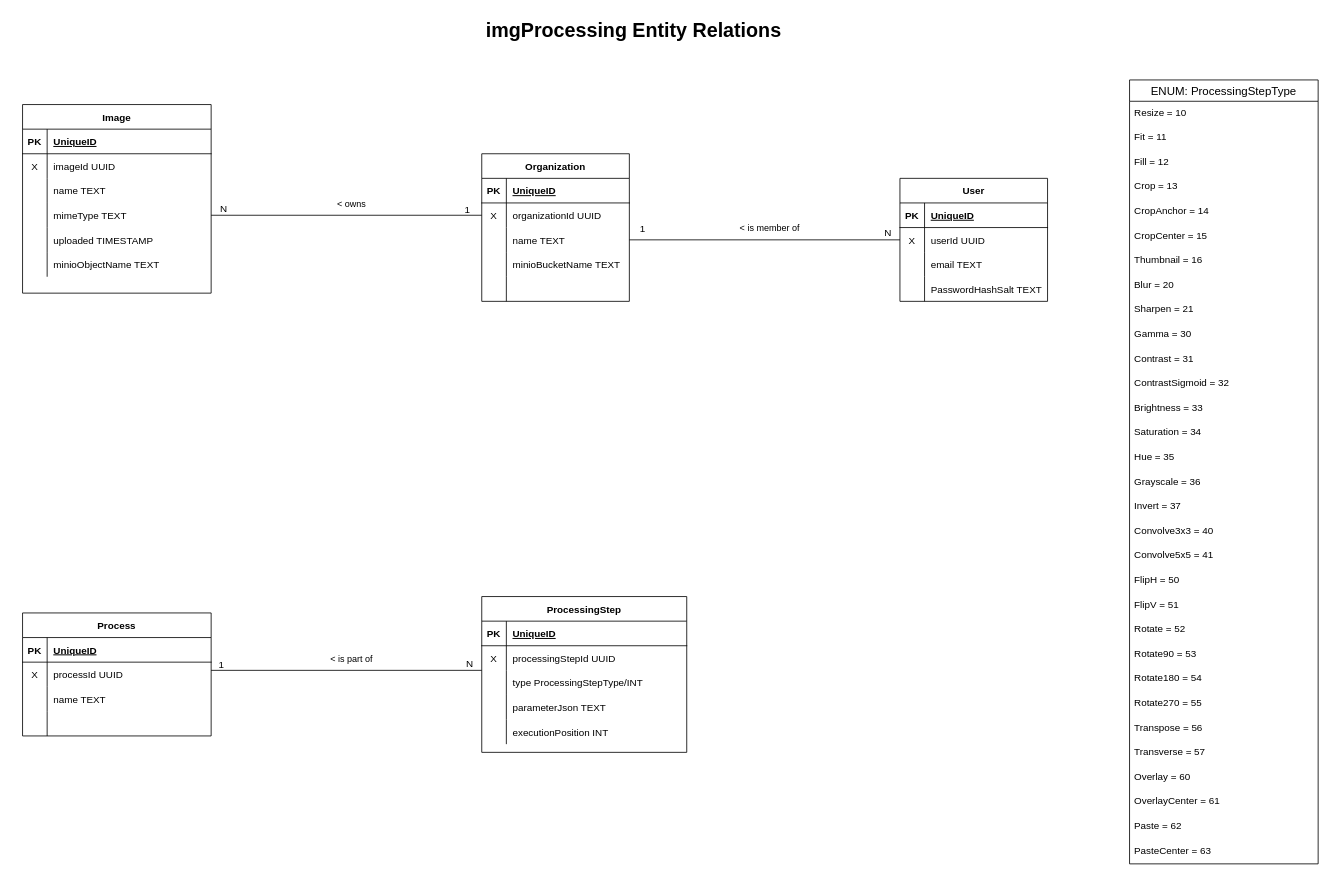
This is backend/doc/db_model.drawio from eikona-org/eikona, a draw.io file, before an edit. Source tidied: cells renumbered, new cells numbered last; positions are measured from the earlier drawing's top-left corner, leaving out a move shared by most shapes. Both pictures are drawn from the tidied source at 82%, with x=0, y=0 at pixel (14, 14).
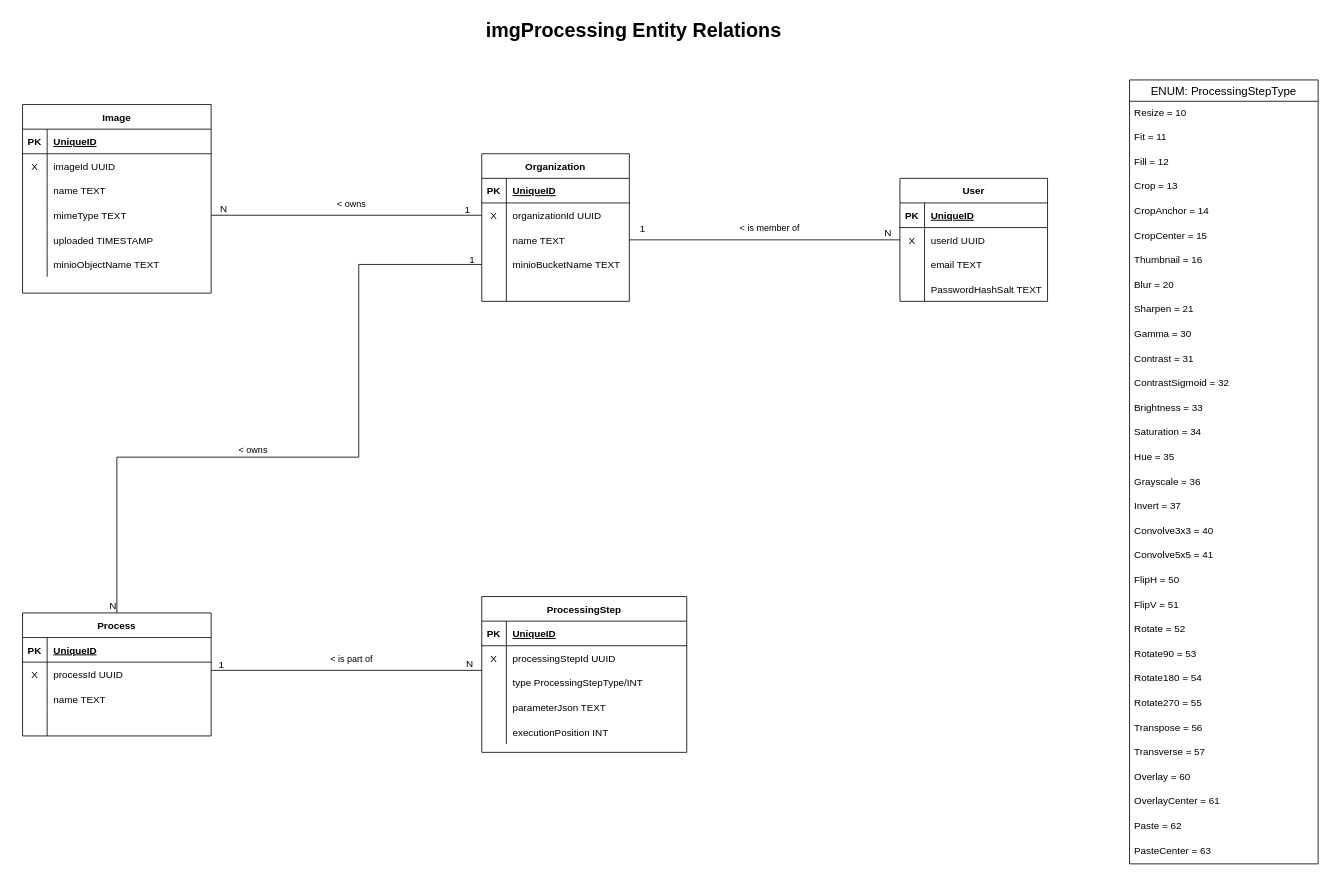
The same diagram, later.

Commit message:
Update Entity Relations

The change refers to these unchanged cells:
```xml
<mxCell id="32" style="shape=partialRectangle;fillColor=none;top=0;left=0;bottom=0;right=0;points=[[0,0.5],[1,0.5]];portConstraint=eastwest;" parent="22" vertex="1">
  <mxGeometry y="120" width="180" height="30" as="geometry" />
</mxCell>
<mxCell id="60" value="Process" style="shape=table;startSize=30;childLayout=tableLayout;rowLines=0;fontStyle=1;align=center;" parent="1" vertex="1">
  <mxGeometry x="10" y="730" width="230" height="150" as="geometry" />
</mxCell>
```

Change to the diagram source:
```diff
@@
+    <mxCell id="126" style="endArrow=none;html=1;rounded=0;exitX=0;exitY=0.5;exitDx=0;exitDy=0;entryX=0.5;entryY=0;entryDx=0;entryDy=0;" parent="1" edge="1" source="32" target="60">
+      <mxGeometry relative="1" as="geometry">
+        <Array as="points">
+          <mxPoint x="420" y="305" />
+          <mxPoint x="420" y="540" />
+          <mxPoint x="125" y="540" />
+        </Array>
+      </mxGeometry>
+    </mxCell>
+    <mxCell id="127" value="N" style="html=1;align=right;verticalAlign=bottom;" parent="126" vertex="1">
+      <mxGeometry x="1" relative="1" as="geometry" />
+    </mxCell>
+    <mxCell id="128" value="1" style="html=1;align=right;verticalAlign=bottom;" parent="1" vertex="1">
+      <mxGeometry x="780" y="280" as="geometry">
+        <mxPoint x="-218" y="28" as="offset" />
+      </mxGeometry>
+    </mxCell>
+    <mxCell id="129" value="&amp;lt; owns" style="edgeLabel;html=1;align=center;verticalAlign=middle;" parent="1" vertex="1">
+      <mxGeometry x="290" y="530" as="geometry" />
+    </mxCell>
```
